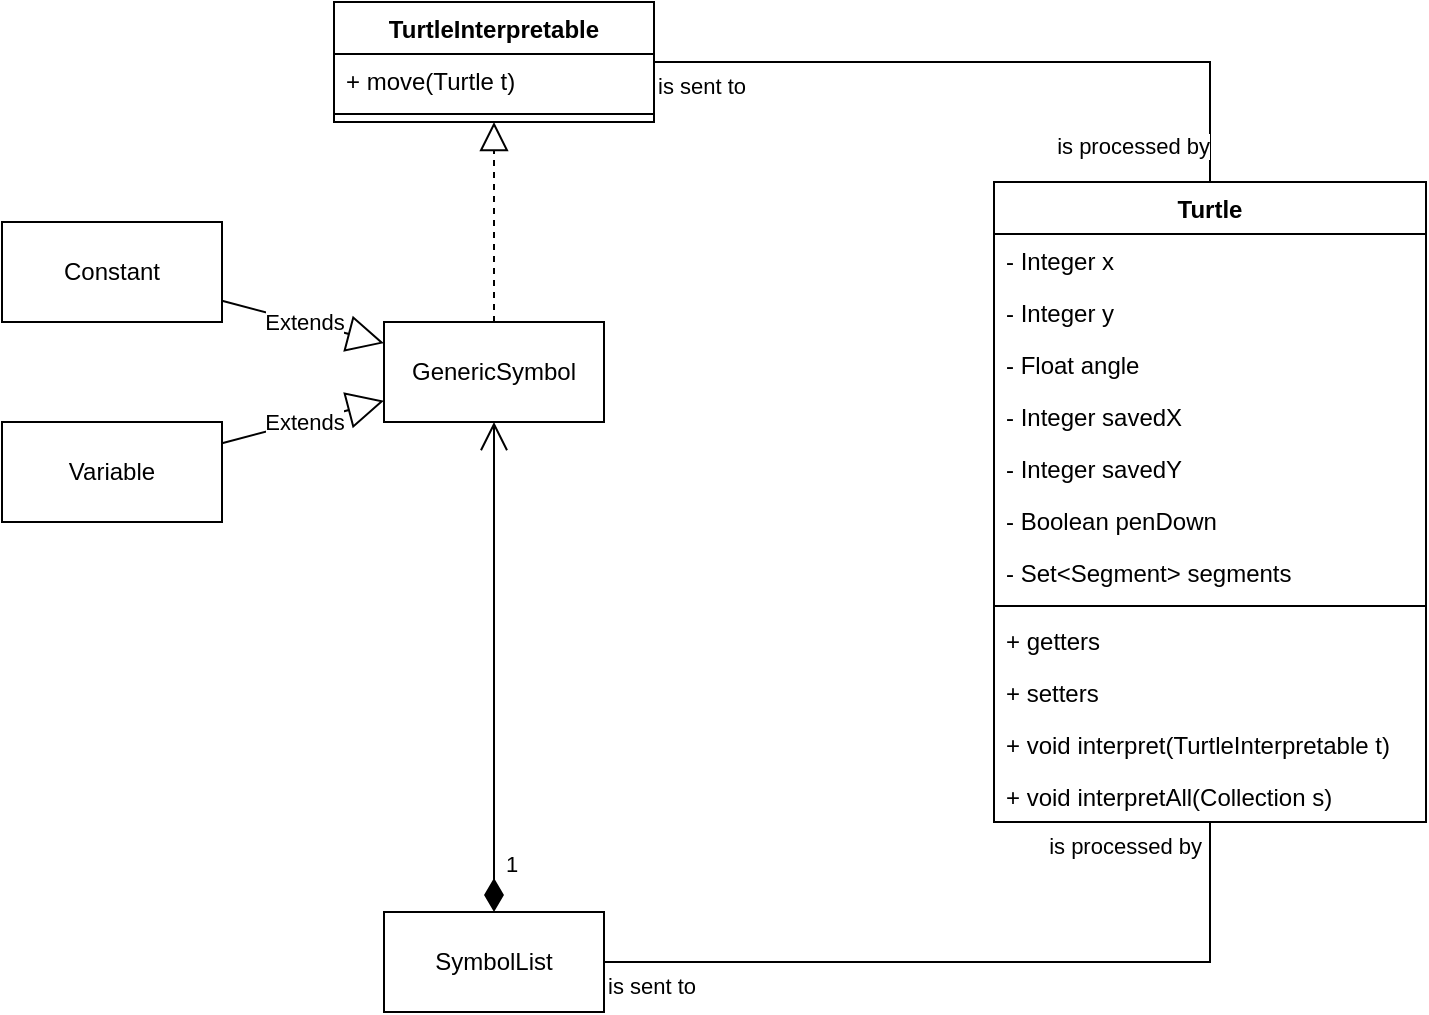
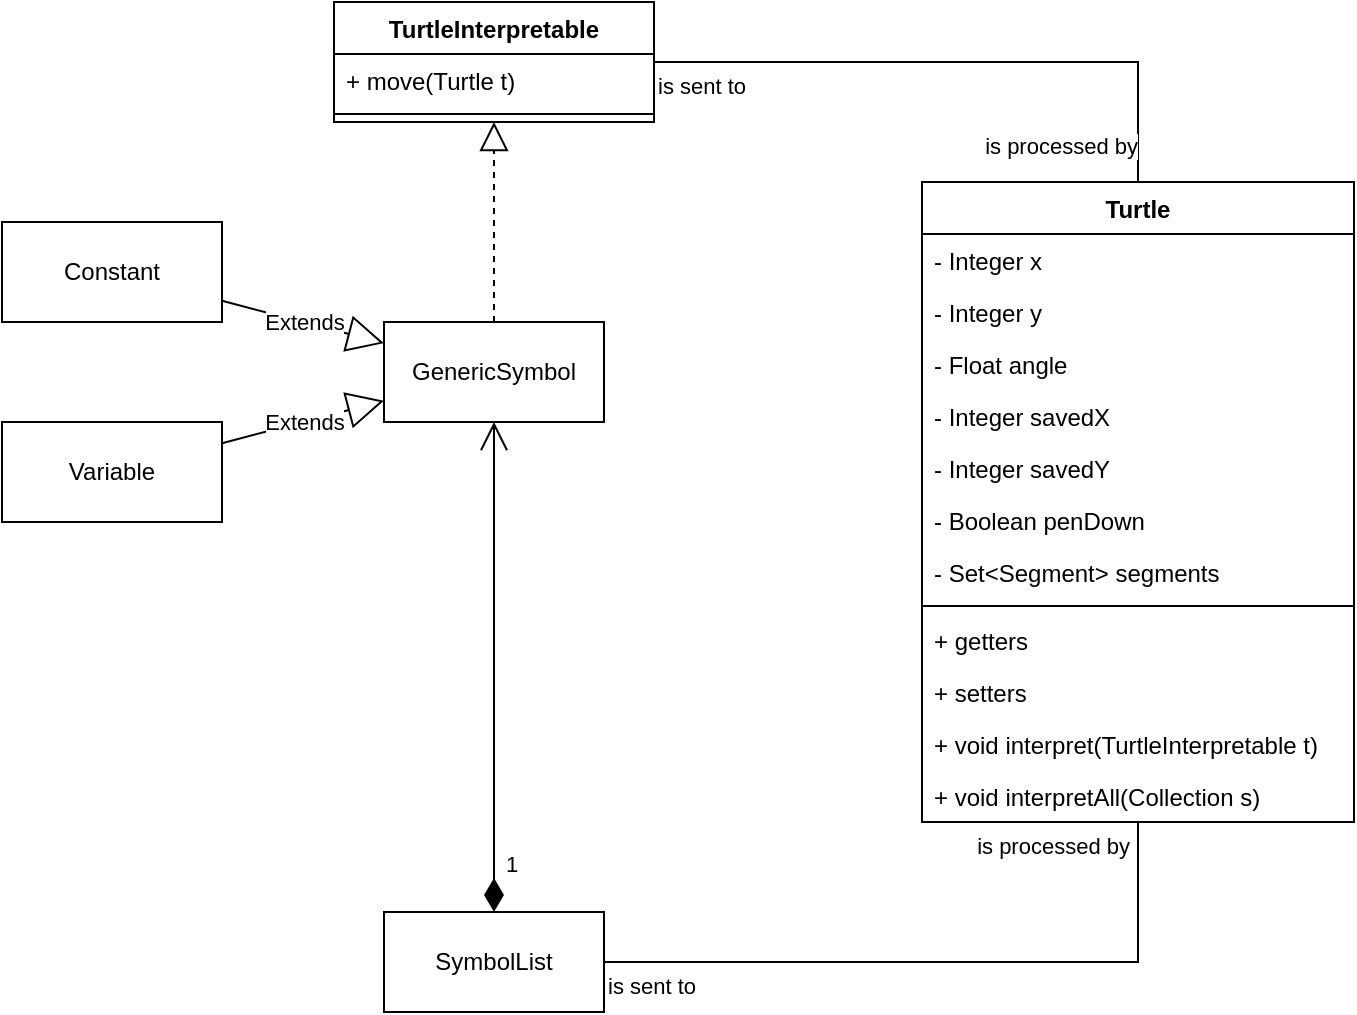
<mxfile host="Electron" agent="Mozilla/5.0 (Macintosh; Intel Mac OS X 10_15_7) AppleWebKit/537.36 (KHTML, like Gecko) draw.io/29.5.2 Chrome/142.0.7444.265 Electron/39.6.1 Safari/537.36" version="29.5.2">
  <diagram name="Page-1" id="GBxc2ttNILhB5A3Hrc8o">
-     <mxGraphModel dx="887" dy="686" grid="1" gridSize="10" guides="1" tooltips="1" connect="1" arrows="1" fold="1" page="1" pageScale="1" pageWidth="827" pageHeight="1169" math="0" shadow="0">
+     <mxGraphModel dx="1301" dy="1007" grid="1" gridSize="10" guides="1" tooltips="1" connect="1" arrows="1" fold="1" page="1" pageScale="1" pageWidth="827" pageHeight="1169" math="0" shadow="0">
      <root>
        <mxCell id="0" />
        <mxCell id="1" parent="0" />
        <mxCell id="1FA0dmfR5sUP22wx9_5I-1" parent="1" style="swimlane;fontStyle=1;align=center;verticalAlign=top;childLayout=stackLayout;horizontal=1;startSize=26;horizontalStack=0;resizeParent=1;resizeParentMax=0;resizeLast=0;collapsible=1;marginBottom=0;whiteSpace=wrap;html=1;" value="Turtle" vertex="1">
-           <mxGeometry height="320" width="216" x="536" y="220" as="geometry" />
+           <mxGeometry height="320" width="216" x="536" y="422" as="geometry" />
        </mxCell>
        <mxCell id="1FA0dmfR5sUP22wx9_5I-2" parent="1FA0dmfR5sUP22wx9_5I-1" style="text;strokeColor=none;fillColor=none;align=left;verticalAlign=top;spacingLeft=4;spacingRight=4;overflow=hidden;rotatable=0;points=[[0,0.5],[1,0.5]];portConstraint=eastwest;whiteSpace=wrap;html=1;" value="- Integer x" vertex="1">
          <mxGeometry height="26" width="216" y="26" as="geometry" />
        </mxCell>
        <mxCell id="1FA0dmfR5sUP22wx9_5I-12" parent="1FA0dmfR5sUP22wx9_5I-1" style="text;strokeColor=none;fillColor=none;align=left;verticalAlign=top;spacingLeft=4;spacingRight=4;overflow=hidden;rotatable=0;points=[[0,0.5],[1,0.5]];portConstraint=eastwest;whiteSpace=wrap;html=1;" value="- Integer y" vertex="1">
          <mxGeometry height="26" width="216" y="52" as="geometry" />
        </mxCell>
        <mxCell id="1FA0dmfR5sUP22wx9_5I-13" parent="1FA0dmfR5sUP22wx9_5I-1" style="text;strokeColor=none;fillColor=none;align=left;verticalAlign=top;spacingLeft=4;spacingRight=4;overflow=hidden;rotatable=0;points=[[0,0.5],[1,0.5]];portConstraint=eastwest;whiteSpace=wrap;html=1;" value="- Float angle" vertex="1">
          <mxGeometry height="26" width="216" y="78" as="geometry" />
        </mxCell>
        <mxCell id="1FA0dmfR5sUP22wx9_5I-14" parent="1FA0dmfR5sUP22wx9_5I-1" style="text;strokeColor=none;fillColor=none;align=left;verticalAlign=top;spacingLeft=4;spacingRight=4;overflow=hidden;rotatable=0;points=[[0,0.5],[1,0.5]];portConstraint=eastwest;whiteSpace=wrap;html=1;" value="- Integer savedX" vertex="1">
          <mxGeometry height="26" width="216" y="104" as="geometry" />
        </mxCell>
        <mxCell id="1FA0dmfR5sUP22wx9_5I-15" parent="1FA0dmfR5sUP22wx9_5I-1" style="text;strokeColor=none;fillColor=none;align=left;verticalAlign=top;spacingLeft=4;spacingRight=4;overflow=hidden;rotatable=0;points=[[0,0.5],[1,0.5]];portConstraint=eastwest;whiteSpace=wrap;html=1;" value="- Integer savedY" vertex="1">
          <mxGeometry height="26" width="216" y="130" as="geometry" />
        </mxCell>
        <mxCell id="1FA0dmfR5sUP22wx9_5I-19" parent="1FA0dmfR5sUP22wx9_5I-1" style="text;strokeColor=none;fillColor=none;align=left;verticalAlign=top;spacingLeft=4;spacingRight=4;overflow=hidden;rotatable=0;points=[[0,0.5],[1,0.5]];portConstraint=eastwest;whiteSpace=wrap;html=1;" value="- Boolean penDown" vertex="1">
          <mxGeometry height="26" width="216" y="156" as="geometry" />
        </mxCell>
        <mxCell id="1FA0dmfR5sUP22wx9_5I-20" parent="1FA0dmfR5sUP22wx9_5I-1" style="text;strokeColor=none;fillColor=none;align=left;verticalAlign=top;spacingLeft=4;spacingRight=4;overflow=hidden;rotatable=0;points=[[0,0.5],[1,0.5]];portConstraint=eastwest;whiteSpace=wrap;html=1;" value="- Set&amp;lt;Segment&amp;gt; segments" vertex="1">
          <mxGeometry height="26" width="216" y="182" as="geometry" />
        </mxCell>
        <mxCell id="1FA0dmfR5sUP22wx9_5I-3" parent="1FA0dmfR5sUP22wx9_5I-1" style="line;strokeWidth=1;fillColor=none;align=left;verticalAlign=middle;spacingTop=-1;spacingLeft=3;spacingRight=3;rotatable=0;labelPosition=right;points=[];portConstraint=eastwest;strokeColor=inherit;" value="" vertex="1">
          <mxGeometry height="8" width="216" y="208" as="geometry" />
        </mxCell>
        <mxCell id="1FA0dmfR5sUP22wx9_5I-4" parent="1FA0dmfR5sUP22wx9_5I-1" style="text;strokeColor=none;fillColor=none;align=left;verticalAlign=top;spacingLeft=4;spacingRight=4;overflow=hidden;rotatable=0;points=[[0,0.5],[1,0.5]];portConstraint=eastwest;whiteSpace=wrap;html=1;" value="+ getters" vertex="1">
          <mxGeometry height="26" width="216" y="216" as="geometry" />
        </mxCell>
        <mxCell id="1FA0dmfR5sUP22wx9_5I-27" parent="1FA0dmfR5sUP22wx9_5I-1" style="text;strokeColor=none;fillColor=none;align=left;verticalAlign=top;spacingLeft=4;spacingRight=4;overflow=hidden;rotatable=0;points=[[0,0.5],[1,0.5]];portConstraint=eastwest;whiteSpace=wrap;html=1;" value="+ setters" vertex="1">
          <mxGeometry height="26" width="216" y="242" as="geometry" />
        </mxCell>
        <mxCell id="1FA0dmfR5sUP22wx9_5I-18" parent="1FA0dmfR5sUP22wx9_5I-1" style="text;strokeColor=none;fillColor=none;align=left;verticalAlign=top;spacingLeft=4;spacingRight=4;overflow=hidden;rotatable=0;points=[[0,0.5],[1,0.5]];portConstraint=eastwest;whiteSpace=wrap;html=1;" value="+ void interpret(TurtleInterpretable t)" vertex="1">
          <mxGeometry height="26" width="216" y="268" as="geometry" />
        </mxCell>
        <mxCell id="1FA0dmfR5sUP22wx9_5I-29" parent="1FA0dmfR5sUP22wx9_5I-1" style="text;strokeColor=none;fillColor=none;align=left;verticalAlign=top;spacingLeft=4;spacingRight=4;overflow=hidden;rotatable=0;points=[[0,0.5],[1,0.5]];portConstraint=eastwest;whiteSpace=wrap;html=1;" value="+ void interpretAll(Collection s)" vertex="1">
          <mxGeometry height="26" width="216" y="294" as="geometry" />
        </mxCell>
        <mxCell id="1FA0dmfR5sUP22wx9_5I-5" parent="1" style="swimlane;fontStyle=1;align=center;verticalAlign=top;childLayout=stackLayout;horizontal=1;startSize=26;horizontalStack=0;resizeParent=1;resizeParentMax=0;resizeLast=0;collapsible=1;marginBottom=0;whiteSpace=wrap;html=1;" value="TurtleInterpretable" vertex="1">
-           <mxGeometry height="60" width="160" x="206" y="130" as="geometry" />
+           <mxGeometry height="60" width="160" x="242" y="332" as="geometry" />
        </mxCell>
        <mxCell id="1FA0dmfR5sUP22wx9_5I-6" parent="1FA0dmfR5sUP22wx9_5I-5" style="text;strokeColor=none;fillColor=none;align=left;verticalAlign=top;spacingLeft=4;spacingRight=4;overflow=hidden;rotatable=0;points=[[0,0.5],[1,0.5]];portConstraint=eastwest;whiteSpace=wrap;html=1;" value="+ move(Turtle t)" vertex="1">
          <mxGeometry height="26" width="160" y="26" as="geometry" />
        </mxCell>
        <mxCell id="1FA0dmfR5sUP22wx9_5I-7" parent="1FA0dmfR5sUP22wx9_5I-5" style="line;strokeWidth=1;fillColor=none;align=left;verticalAlign=middle;spacingTop=-1;spacingLeft=3;spacingRight=3;rotatable=0;labelPosition=right;points=[];portConstraint=eastwest;strokeColor=inherit;" value="" vertex="1">
          <mxGeometry height="8" width="160" y="52" as="geometry" />
        </mxCell>
        <mxCell id="1FA0dmfR5sUP22wx9_5I-9" edge="1" parent="1" source="1FA0dmfR5sUP22wx9_5I-5" style="endArrow=none;html=1;edgeStyle=orthogonalEdgeStyle;rounded=0;" target="1FA0dmfR5sUP22wx9_5I-1" value="">
          <mxGeometry relative="1" as="geometry">
-             <mxPoint x="306" y="230" as="sourcePoint" />
-             <mxPoint x="546" y="390" as="targetPoint" />
+             <mxPoint x="342" y="432" as="sourcePoint" />
+             <mxPoint x="582" y="592" as="targetPoint" />
          </mxGeometry>
        </mxCell>
        <mxCell id="1FA0dmfR5sUP22wx9_5I-10" connectable="0" parent="1FA0dmfR5sUP22wx9_5I-9" style="edgeLabel;resizable=0;html=1;align=left;verticalAlign=bottom;" value="is sent to" vertex="1">
          <mxGeometry relative="1" x="-1" as="geometry">
            <mxPoint y="20" as="offset" />
          </mxGeometry>
        </mxCell>
        <mxCell id="1FA0dmfR5sUP22wx9_5I-11" connectable="0" parent="1FA0dmfR5sUP22wx9_5I-9" style="edgeLabel;resizable=0;html=1;align=right;verticalAlign=bottom;" value="is processed by" vertex="1">
          <mxGeometry relative="1" x="1" as="geometry">
            <mxPoint y="-10" as="offset" />
          </mxGeometry>
        </mxCell>
        <mxCell id="1FA0dmfR5sUP22wx9_5I-21" parent="1" style="html=1;whiteSpace=wrap;" value="GenericSymbol" vertex="1">
-           <mxGeometry height="50" width="110" x="231" y="290" as="geometry" />
+           <mxGeometry height="50" width="110" x="267" y="492" as="geometry" />
        </mxCell>
        <mxCell id="1FA0dmfR5sUP22wx9_5I-22" edge="1" parent="1" source="1FA0dmfR5sUP22wx9_5I-21" style="endArrow=block;dashed=1;endFill=0;endSize=12;html=1;rounded=0;" target="1FA0dmfR5sUP22wx9_5I-5" value="">
          <mxGeometry relative="1" width="160" as="geometry">
-             <mxPoint x="466" y="320" as="sourcePoint" />
-             <mxPoint x="626" y="320" as="targetPoint" />
+             <mxPoint x="502" y="522" as="sourcePoint" />
+             <mxPoint x="662" y="522" as="targetPoint" />
          </mxGeometry>
        </mxCell>
        <mxCell id="1FA0dmfR5sUP22wx9_5I-23" parent="1" style="html=1;whiteSpace=wrap;" value="Constant" vertex="1">
-           <mxGeometry height="50" width="110" x="40" y="240" as="geometry" />
+           <mxGeometry height="50" width="110" x="76" y="442" as="geometry" />
        </mxCell>
        <mxCell id="1FA0dmfR5sUP22wx9_5I-24" parent="1" style="html=1;whiteSpace=wrap;" value="Variable" vertex="1">
-           <mxGeometry height="50" width="110" x="40" y="340" as="geometry" />
+           <mxGeometry height="50" width="110" x="76" y="542" as="geometry" />
        </mxCell>
        <mxCell id="1FA0dmfR5sUP22wx9_5I-25" edge="1" parent="1" source="1FA0dmfR5sUP22wx9_5I-23" style="endArrow=block;endSize=16;endFill=0;html=1;rounded=0;" target="1FA0dmfR5sUP22wx9_5I-21" value="Extends">
          <mxGeometry relative="1" width="160" as="geometry">
-             <mxPoint x="466" y="450" as="sourcePoint" />
-             <mxPoint x="626" y="450" as="targetPoint" />
+             <mxPoint x="502" y="652" as="sourcePoint" />
+             <mxPoint x="662" y="652" as="targetPoint" />
          </mxGeometry>
        </mxCell>
        <mxCell id="1FA0dmfR5sUP22wx9_5I-26" edge="1" parent="1" source="1FA0dmfR5sUP22wx9_5I-24" style="endArrow=block;endSize=16;endFill=0;html=1;rounded=0;" target="1FA0dmfR5sUP22wx9_5I-21" value="Extends">
          <mxGeometry relative="1" width="160" as="geometry">
-             <mxPoint x="276" y="530" as="sourcePoint" />
-             <mxPoint x="325" y="440" as="targetPoint" />
+             <mxPoint x="312" y="732" as="sourcePoint" />
+             <mxPoint x="361" y="642" as="targetPoint" />
          </mxGeometry>
        </mxCell>
        <mxCell id="1FA0dmfR5sUP22wx9_5I-28" parent="1" style="html=1;whiteSpace=wrap;" value="SymbolList" vertex="1">
-           <mxGeometry height="50" width="110" x="231" y="585" as="geometry" />
+           <mxGeometry height="50" width="110" x="267" y="787" as="geometry" />
        </mxCell>
        <mxCell id="1FA0dmfR5sUP22wx9_5I-30" edge="1" parent="1" source="1FA0dmfR5sUP22wx9_5I-28" style="endArrow=none;html=1;edgeStyle=orthogonalEdgeStyle;rounded=0;" target="1FA0dmfR5sUP22wx9_5I-1" value="">
          <mxGeometry relative="1" as="geometry">
-             <mxPoint x="420" y="160" as="sourcePoint" />
-             <mxPoint x="698" y="220" as="targetPoint" />
+             <mxPoint x="456" y="362" as="sourcePoint" />
+             <mxPoint x="734" y="422" as="targetPoint" />
          </mxGeometry>
        </mxCell>
        <mxCell id="1FA0dmfR5sUP22wx9_5I-31" connectable="0" parent="1FA0dmfR5sUP22wx9_5I-30" style="edgeLabel;resizable=0;html=1;align=left;verticalAlign=bottom;" value="is sent to" vertex="1">
          <mxGeometry relative="1" x="-1" as="geometry">
            <mxPoint y="20" as="offset" />
          </mxGeometry>
        </mxCell>
        <mxCell id="1FA0dmfR5sUP22wx9_5I-32" connectable="0" parent="1FA0dmfR5sUP22wx9_5I-30" style="edgeLabel;resizable=0;html=1;align=right;verticalAlign=bottom;" value="is processed by" vertex="1">
          <mxGeometry relative="1" x="1" as="geometry">
            <mxPoint x="-4" y="20" as="offset" />
          </mxGeometry>
        </mxCell>
        <mxCell id="1FA0dmfR5sUP22wx9_5I-34" edge="1" parent="1" source="1FA0dmfR5sUP22wx9_5I-28" style="endArrow=open;html=1;endSize=12;startArrow=diamondThin;startSize=14;startFill=1;edgeStyle=orthogonalEdgeStyle;align=left;verticalAlign=bottom;rounded=0;" target="1FA0dmfR5sUP22wx9_5I-21" value="1">
          <mxGeometry relative="1" x="-0.8776" y="-4" as="geometry">
            <mxPoint as="offset" />
-             <mxPoint x="320" y="530" as="sourcePoint" />
-             <mxPoint x="480" y="530" as="targetPoint" />
+             <mxPoint x="356" y="732" as="sourcePoint" />
+             <mxPoint x="516" y="732" as="targetPoint" />
          </mxGeometry>
        </mxCell>
      </root>
    </mxGraphModel>
  </diagram>
</mxfile>
